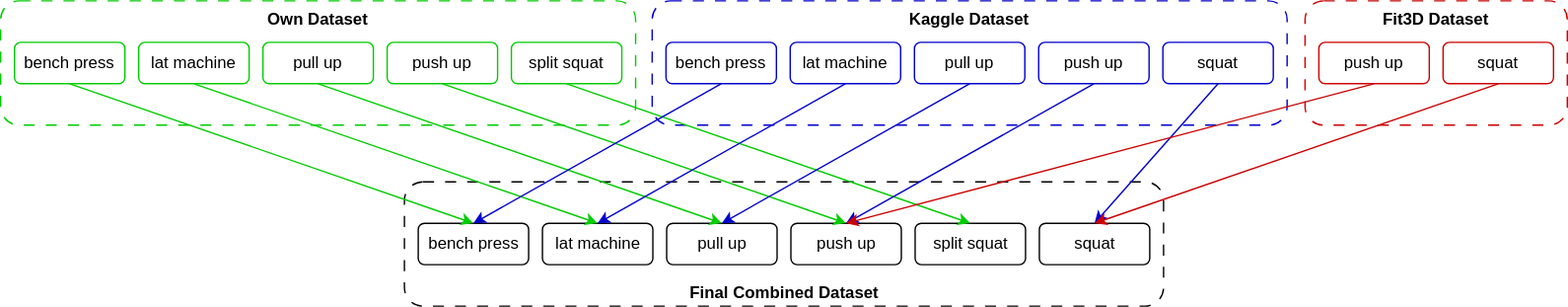
This is assets/datasets.drawio.svg from hannesvgel/gym_tracking, a draw.io export, as it was before one commit. Source tidied: cells renumbered, new cells last; positions are measured from the earlier drawing's top-left corner, leaving out a move shared by most shapes.
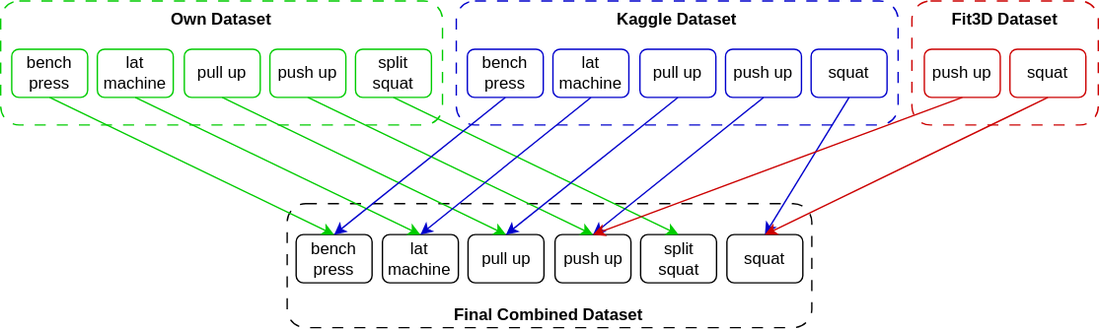
Later version of the same file.

Change to the diagram source:
```diff
@@ -2,74 +2,89 @@
   <root>
     <mxCell id="0" />
     <mxCell id="1" parent="0" />
-    <mxCell id="2" style="group;" parent="1" vertex="1">
-      <mxGeometry x="292.5" y="131" width="550" height="90" as="geometry" />
-    </mxCell>
+    <mxCell id="37" style="group;" parent="1" vertex="1">
+      <mxGeometry x="377.5" y="147" width="380" height="90" as="geometry" />
+    </mxCell>
-    <mxCell id="3" value="&lt;b&gt;Final Combined Dataset&lt;/b&gt;" style="rounded=1;whiteSpace=wrap;html=1;verticalAlign=bottom;dashed=1;dashPattern=8 8;" parent="2" vertex="1">
-      <mxGeometry width="550" height="90" as="geometry" />
+    <mxCell id="3" value="&lt;b&gt;Final Combined Dataset&lt;/b&gt;" style="rounded=1;whiteSpace=wrap;html=1;verticalAlign=bottom;dashed=1;dashPattern=8 8;" parent="37" vertex="1">
+      <mxGeometry width="380" height="90" as="geometry" />
     </mxCell>
+    <mxCell id="38" style="group;" parent="37" vertex="1">
+      <mxGeometry x="6.5" y="22.5" width="367" height="35" as="geometry" />
+    </mxCell>
-    <mxCell id="4" value="push up" style="rounded=1;whiteSpace=wrap;html=1;" parent="2" vertex="1">
-      <mxGeometry x="280" y="30" width="80" height="30" as="geometry" />
+    <mxCell id="4" value="push up" style="rounded=1;whiteSpace=wrap;html=1;" parent="38" vertex="1">
+      <mxGeometry x="187.5" width="55" height="35" as="geometry" />
     </mxCell>
-    <mxCell id="5" value="pull up" style="rounded=1;whiteSpace=wrap;html=1;" parent="2" vertex="1">
-      <mxGeometry x="190" y="30" width="80" height="30" as="geometry" />
+    <mxCell id="5" value="pull up" style="rounded=1;whiteSpace=wrap;html=1;" parent="38" vertex="1">
+      <mxGeometry x="124.5" width="55" height="35" as="geometry" />
     </mxCell>
-    <mxCell id="6" value="bench press" style="rounded=1;whiteSpace=wrap;html=1;" parent="2" vertex="1">
-      <mxGeometry x="10" y="30" width="80" height="30" as="geometry" />
+    <mxCell id="6" value="bench press" style="rounded=1;whiteSpace=wrap;html=1;" parent="38" vertex="1">
+      <mxGeometry width="55" height="35" as="geometry" />
     </mxCell>
-    <mxCell id="7" value="lat machine" style="rounded=1;whiteSpace=wrap;html=1;" parent="2" vertex="1">
-      <mxGeometry x="100" y="30" width="80" height="30" as="geometry" />
+    <mxCell id="7" value="lat machine" style="rounded=1;whiteSpace=wrap;html=1;" parent="38" vertex="1">
+      <mxGeometry x="62.5" width="55" height="35" as="geometry" />
     </mxCell>
-    <mxCell id="8" value="squat" style="rounded=1;whiteSpace=wrap;html=1;" parent="2" vertex="1">
-      <mxGeometry x="460" y="30" width="80" height="30" as="geometry" />
+    <mxCell id="8" value="squat" style="rounded=1;whiteSpace=wrap;html=1;" parent="38" vertex="1">
+      <mxGeometry x="312" width="55" height="35" as="geometry" />
     </mxCell>
-    <mxCell id="9" value="split squat" style="rounded=1;whiteSpace=wrap;html=1;" parent="2" vertex="1">
-      <mxGeometry x="370" y="30" width="80" height="30" as="geometry" />
+    <mxCell id="9" value="split squat" style="rounded=1;whiteSpace=wrap;html=1;" parent="38" vertex="1">
+      <mxGeometry x="249.5" width="55" height="35" as="geometry" />
     </mxCell>
+    <mxCell id="39" style="group;" parent="1" vertex="1">
+      <mxGeometry x="170" width="795" height="90" as="geometry" />
+    </mxCell>
+    <mxCell id="16" value="&lt;b&gt;Fit3D Dataset&lt;/b&gt;" style="rounded=1;whiteSpace=wrap;html=1;verticalAlign=top;dashed=1;dashPattern=8 8;strokeColor=#CC0000;" parent="39" vertex="1">
+      <mxGeometry x="660" width="135" height="90" as="geometry" />
+    </mxCell>
+    <mxCell id="40" style="group;" parent="39" vertex="1">
+      <mxGeometry x="669" y="35" width="117" height="35" as="geometry" />
+    </mxCell>
+    <mxCell id="17" value="push up" style="rounded=1;whiteSpace=wrap;html=1;strokeColor=#CC0000;" parent="40" vertex="1">
+      <mxGeometry width="55" height="35" as="geometry" />
+    </mxCell>
+    <mxCell id="18" value="squat" style="rounded=1;whiteSpace=wrap;html=1;strokeColor=#CC0000;" parent="40" vertex="1">
+      <mxGeometry x="62" width="55" height="35" as="geometry" />
+    </mxCell>
-    <mxCell id="10" value="&lt;b&gt;Kaggle Dataset&lt;/b&gt;" style="rounded=1;whiteSpace=wrap;html=1;verticalAlign=top;dashed=1;dashPattern=8 8;strokeColor=#0000CC;" parent="1" vertex="1">
-      <mxGeometry x="472" width="460" height="90" as="geometry" />
+    <mxCell id="10" value="&lt;b&gt;Kaggle Dataset&lt;/b&gt;" style="rounded=1;whiteSpace=wrap;html=1;verticalAlign=top;dashed=1;dashPattern=8 8;strokeColor=#0000CC;" parent="39" vertex="1">
+      <mxGeometry x="330" width="320" height="90" as="geometry" />
     </mxCell>
+    <mxCell id="41" style="group;" parent="39" vertex="1">
+      <mxGeometry x="338" y="35" width="304" height="35" as="geometry" />
+    </mxCell>
-    <mxCell id="11" value="push up" style="rounded=1;whiteSpace=wrap;html=1;strokeColor=#0000CC;" parent="1" vertex="1">
-      <mxGeometry x="752" y="30" width="80" height="30" as="geometry" />
+    <mxCell id="11" value="push up" style="rounded=1;whiteSpace=wrap;html=1;strokeColor=#0000CC;" parent="41" vertex="1">
+      <mxGeometry x="187" width="55" height="35" as="geometry" />
     </mxCell>
-    <mxCell id="12" value="pull up" style="rounded=1;whiteSpace=wrap;html=1;strokeColor=#0000CC;" parent="1" vertex="1">
-      <mxGeometry x="662" y="30" width="80" height="30" as="geometry" />
+    <mxCell id="12" value="pull up" style="rounded=1;whiteSpace=wrap;html=1;strokeColor=#0000CC;" parent="41" vertex="1">
+      <mxGeometry x="125" width="55" height="35" as="geometry" />
     </mxCell>
-    <mxCell id="13" value="bench press" style="rounded=1;whiteSpace=wrap;html=1;strokeColor=#0000CC;" parent="1" vertex="1">
-      <mxGeometry x="482" y="30" width="80" height="30" as="geometry" />
+    <mxCell id="13" value="bench press" style="rounded=1;whiteSpace=wrap;html=1;strokeColor=#0000CC;" parent="41" vertex="1">
+      <mxGeometry width="55" height="35" as="geometry" />
     </mxCell>
-    <mxCell id="14" value="lat machine" style="rounded=1;whiteSpace=wrap;html=1;strokeColor=#0000CC;" parent="1" vertex="1">
-      <mxGeometry x="572" y="30" width="80" height="30" as="geometry" />
+    <mxCell id="14" value="lat machine" style="rounded=1;whiteSpace=wrap;html=1;strokeColor=#0000CC;" parent="41" vertex="1">
+      <mxGeometry x="62" width="55" height="35" as="geometry" />
     </mxCell>
-    <mxCell id="15" value="squat" style="rounded=1;whiteSpace=wrap;html=1;strokeColor=#0000CC;" parent="1" vertex="1">
-      <mxGeometry x="842" y="30" width="80" height="30" as="geometry" />
+    <mxCell id="15" value="squat" style="rounded=1;whiteSpace=wrap;html=1;strokeColor=#0000CC;" parent="41" vertex="1">
+      <mxGeometry x="249" width="55" height="35" as="geometry" />
     </mxCell>
-    <mxCell id="16" value="&lt;b&gt;Fit3D Dataset&lt;/b&gt;" style="rounded=1;whiteSpace=wrap;html=1;verticalAlign=top;dashed=1;dashPattern=8 8;strokeColor=#CC0000;" parent="1" vertex="1">
-      <mxGeometry x="945" width="190" height="90" as="geometry" />
-    </mxCell>
-    <mxCell id="17" value="push up" style="rounded=1;whiteSpace=wrap;html=1;strokeColor=#CC0000;" parent="1" vertex="1">
-      <mxGeometry x="955" y="30" width="80" height="30" as="geometry" />
-    </mxCell>
-    <mxCell id="18" value="squat" style="rounded=1;whiteSpace=wrap;html=1;strokeColor=#CC0000;" parent="1" vertex="1">
-      <mxGeometry x="1045" y="30" width="80" height="30" as="geometry" />
-    </mxCell>
-    <mxCell id="19" value="&lt;b&gt;Own Dataset&lt;/b&gt;" style="rounded=1;whiteSpace=wrap;html=1;verticalAlign=top;dashed=1;dashPattern=8 8;strokeColor=#00CC00;" parent="1" vertex="1">
-      <mxGeometry width="460" height="90" as="geometry" />
+    <mxCell id="19" value="&lt;b&gt;Own Dataset&lt;/b&gt;" style="rounded=1;whiteSpace=wrap;html=1;verticalAlign=top;dashed=1;dashPattern=8 8;strokeColor=#00CC00;" parent="39" vertex="1">
+      <mxGeometry width="320" height="90" as="geometry" />
     </mxCell>
+    <mxCell id="42" style="group;" parent="39" vertex="1">
+      <mxGeometry x="8" y="35" width="304" height="35" as="geometry" />
+    </mxCell>
-    <mxCell id="20" value="push up" style="rounded=1;whiteSpace=wrap;html=1;strokeColor=#00CC00;" parent="1" vertex="1">
-      <mxGeometry x="280" y="30" width="80" height="30" as="geometry" />
+    <mxCell id="20" value="push up" style="rounded=1;whiteSpace=wrap;html=1;strokeColor=#00CC00;" parent="42" vertex="1">
+      <mxGeometry x="187" width="55" height="35" as="geometry" />
     </mxCell>
-    <mxCell id="21" value="pull up" style="rounded=1;whiteSpace=wrap;html=1;strokeColor=#00CC00;" parent="1" vertex="1">
-      <mxGeometry x="190" y="30" width="80" height="30" as="geometry" />
+    <mxCell id="21" value="pull up" style="rounded=1;whiteSpace=wrap;html=1;strokeColor=#00CC00;" parent="42" vertex="1">
+      <mxGeometry x="125" width="55" height="35" as="geometry" />
     </mxCell>
-    <mxCell id="22" value="bench press" style="rounded=1;whiteSpace=wrap;html=1;strokeColor=#00CC00;" parent="1" vertex="1">
-      <mxGeometry x="10" y="30" width="80" height="30" as="geometry" />
+    <mxCell id="22" value="bench press" style="rounded=1;whiteSpace=wrap;html=1;strokeColor=#00CC00;" parent="42" vertex="1">
+      <mxGeometry width="55" height="35" as="geometry" />
     </mxCell>
-    <mxCell id="23" value="lat machine" style="rounded=1;whiteSpace=wrap;html=1;strokeColor=#00CC00;" parent="1" vertex="1">
-      <mxGeometry x="100" y="30" width="80" height="30" as="geometry" />
+    <mxCell id="23" value="lat machine" style="rounded=1;whiteSpace=wrap;html=1;strokeColor=#00CC00;" parent="42" vertex="1">
+      <mxGeometry x="62" width="55" height="35" as="geometry" />
     </mxCell>
-    <mxCell id="24" value="split squat" style="rounded=1;whiteSpace=wrap;html=1;strokeColor=#00CC00;" parent="1" vertex="1">
-      <mxGeometry x="370" y="30" width="80" height="30" as="geometry" />
+    <mxCell id="24" value="split squat" style="rounded=1;whiteSpace=wrap;html=1;strokeColor=#00CC00;" parent="42" vertex="1">
+      <mxGeometry x="249" width="55" height="35" as="geometry" />
     </mxCell>
     <mxCell id="25" style="html=1;exitX=0.5;exitY=1;exitDx=0;exitDy=0;entryX=0.5;entryY=0;entryDx=0;entryDy=0;strokeColor=#00CC00;" parent="1" edge="1" source="22" target="6">
       <mxGeometry relative="1" as="geometry" />
```
